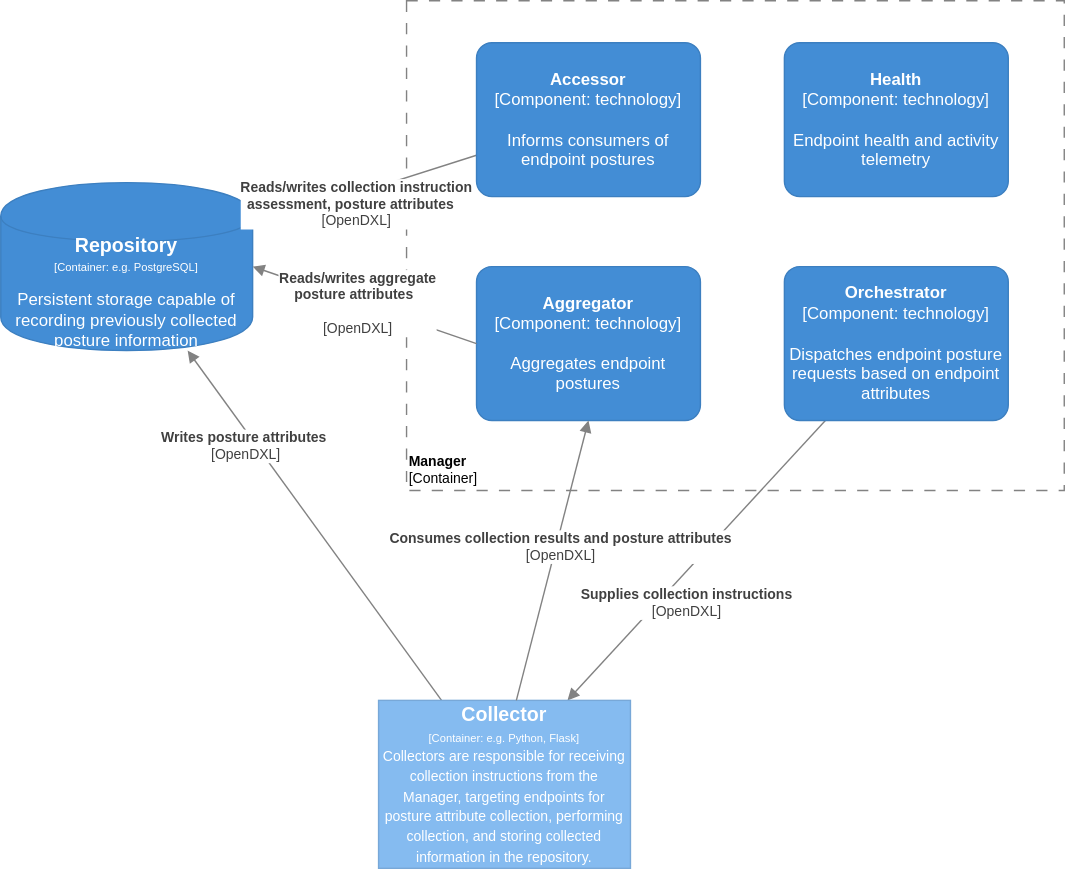
Earlier version of the draw.io export Architecture Documents/scap-components-SCAPv2 Manager.svg (opencybersecurityalliance/documentation). Source tidied: cells renumbered, new cells last; positions are measured from the earlier drawing's top-left corner, leaving out a move shared by most shapes.
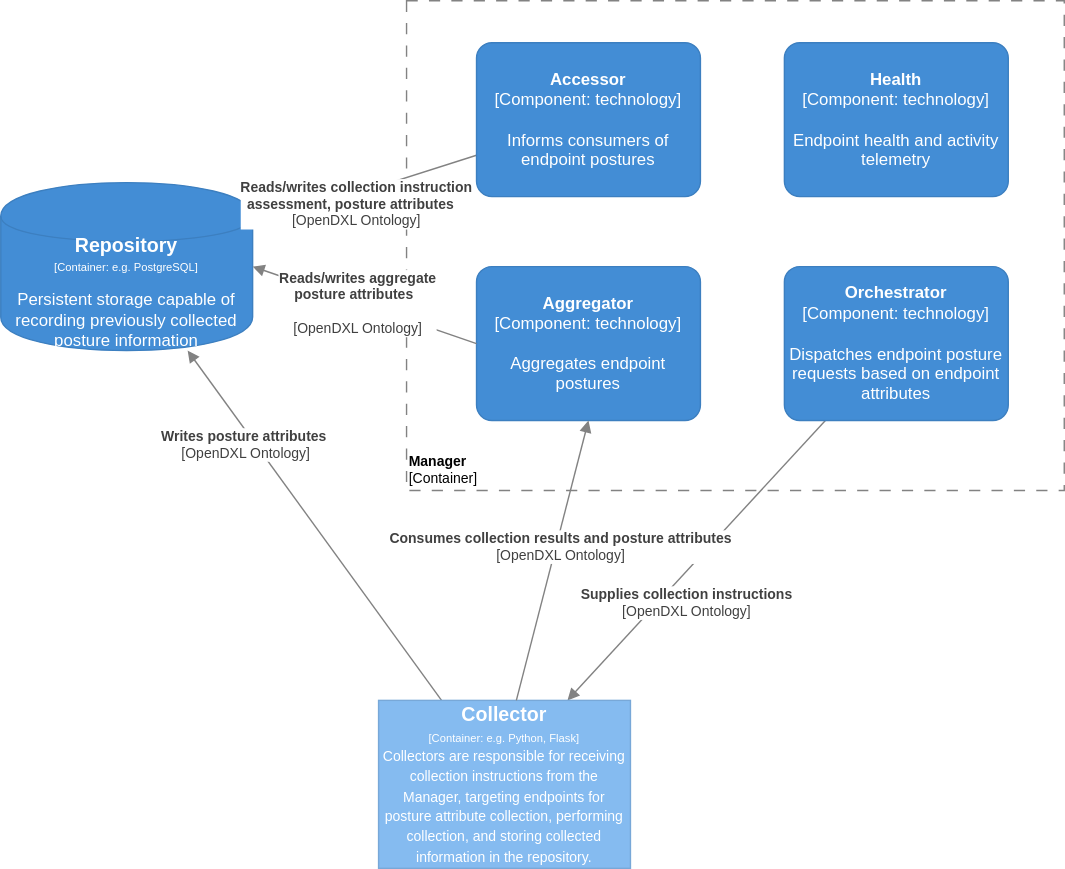
The same file after the commit.

Commit message:
OpenDXL to OpenDXL Ontology

Change to the diagram source:
```diff
@@ -12,17 +12,17 @@
         <mxGeometry y="130" width="180" height="120" as="geometry" />
       </mxCell>
     </object>
-    <object id="4" label="&lt;span style=&quot;font-size: 10px&quot;&gt;&lt;b&gt;Reads/writes&amp;nbsp;&lt;/b&gt;&lt;/span&gt;&lt;b&gt;collection instruction&lt;br&gt;&lt;/b&gt;&lt;b&gt;assessment,&amp;nbsp;&lt;/b&gt;&lt;span style=&quot;font-size: 10px&quot;&gt;&lt;b&gt;posture attributes&amp;nbsp; &amp;nbsp;&lt;/b&gt;&lt;br&gt;[OpenDXL]&lt;br&gt;&lt;/span&gt;" name="Data Flow Item Name" placeholders="1" technology="HTTP">
+    <object id="4" label="&lt;span style=&quot;font-size: 10px&quot;&gt;&lt;b&gt;Reads/writes&amp;nbsp;&lt;/b&gt;&lt;/span&gt;&lt;b&gt;collection instruction&lt;br&gt;&lt;/b&gt;&lt;b&gt;assessment,&amp;nbsp;&lt;/b&gt;&lt;span style=&quot;font-size: 10px&quot;&gt;&lt;b&gt;posture attributes&amp;nbsp; &amp;nbsp;&lt;/b&gt;&lt;br&gt;[OpenDXL Ontology]&lt;br&gt;&lt;/span&gt;" name="Data Flow Item Name" placeholders="1" technology="HTTP">
       <mxCell style="endArrow=block;html=1;fontSize=10;fontColor=#404040;strokeWidth=1;endFill=1;strokeColor=#828282;elbow=vertical;" parent="1" edge="1" source="10" target="3">
         <mxGeometry x="0.09" y="7" relative="1" as="geometry" />
       </mxCell>
     </object>
-    <object id="5" label="&lt;span style=&quot;font-size: 10px&quot;&gt;&lt;b&gt;Writes posture attributes&amp;nbsp;&lt;/b&gt;&lt;br&gt;[OpenDXL]&lt;br&gt;&lt;/span&gt;" name="Data Flow Item Name" placeholders="1" technology="HTTP">
+    <object id="5" label="&lt;span style=&quot;font-size: 10px&quot;&gt;&lt;b&gt;Writes posture attributes&amp;nbsp;&lt;/b&gt;&lt;br&gt;[OpenDXL Ontology]&lt;br&gt;&lt;/span&gt;" name="Data Flow Item Name" placeholders="1" technology="HTTP">
       <mxCell style="endArrow=block;html=1;fontSize=10;fontColor=#404040;strokeWidth=1;endFill=1;strokeColor=#828282;elbow=vertical;exitX=0.25;exitY=0;exitDx=0;exitDy=0;" parent="1" edge="1" source="7" target="3">
         <mxGeometry x="0.49" y="6" relative="1" as="geometry" />
       </mxCell>
     </object>
-    <object id="6" label="&lt;b&gt;Supplies collection instructions&lt;br&gt;&lt;/b&gt;[OpenDXL]&lt;span style=&quot;font-size: 10px&quot;&gt;&lt;br&gt;&lt;/span&gt;" name="Data Flow Item Name" placeholders="1" technology="HTTP">
+    <object id="6" label="&lt;b&gt;Supplies collection instructions&lt;br&gt;&lt;/b&gt;[OpenDXL Ontology]&lt;span style=&quot;font-size: 10px&quot;&gt;&lt;br&gt;&lt;/span&gt;" name="Data Flow Item Name" placeholders="1" technology="HTTP">
       <mxCell style="endArrow=block;html=1;fontSize=10;fontColor=#404040;strokeWidth=1;endFill=1;strokeColor=#828282;elbow=vertical;entryX=0.75;entryY=0;entryDx=0;entryDy=0;" parent="1" edge="1" source="9" target="7">
         <mxGeometry x="0.2" y="15" relative="1" as="geometry" />
       </mxCell>
@@ -52,12 +52,12 @@
         <mxGeometry x="340" y="190" width="160" height="110" as="geometry" />
       </mxCell>
     </object>
-    <object id="12" label="&lt;b&gt;Consumes collection results and posture attributes&lt;br&gt;&lt;/b&gt;[OpenDXL]&lt;span style=&quot;font-size: 10px&quot;&gt;&lt;br&gt;&lt;/span&gt;" name="Data Flow Item Name" placeholders="1" technology="HTTP">
+    <object id="12" label="&lt;b&gt;Consumes collection results and posture attributes&lt;br&gt;&lt;/b&gt;[OpenDXL Ontology]&lt;span style=&quot;font-size: 10px&quot;&gt;&lt;br&gt;&lt;/span&gt;" name="Data Flow Item Name" placeholders="1" technology="HTTP">
       <mxCell style="endArrow=block;html=1;fontSize=10;fontColor=#404040;strokeWidth=1;endFill=1;strokeColor=#828282;elbow=vertical;entryX=0.5;entryY=1;entryDx=0;entryDy=0;entryPerimeter=0;exitX=0.547;exitY=0;exitDx=0;exitDy=0;exitPerimeter=0;" parent="1" edge="1" source="7" target="11">
         <mxGeometry x="0.11" y="-3" relative="1" as="geometry" />
       </mxCell>
     </object>
-    <object id="13" label="&lt;b&gt;Reads/writes aggregate&lt;/b&gt;&lt;b&gt;&lt;br&gt;&lt;/b&gt;&lt;b&gt;posture attributes&amp;nbsp;&amp;nbsp;&lt;/b&gt;&lt;span style=&quot;font-size: 10px&quot;&gt;&lt;b&gt;&lt;br&gt;&amp;nbsp;&lt;/b&gt;&lt;br&gt;[OpenDXL]&lt;br&gt;&lt;/span&gt;" name="Data Flow Item Name" placeholders="1" technology="HTTP">
+    <object id="13" label="&lt;b&gt;Reads/writes aggregate&lt;/b&gt;&lt;b&gt;&lt;br&gt;&lt;/b&gt;&lt;b&gt;posture attributes&amp;nbsp;&amp;nbsp;&lt;/b&gt;&lt;span style=&quot;font-size: 10px&quot;&gt;&lt;b&gt;&lt;br&gt;&amp;nbsp;&lt;/b&gt;&lt;br&gt;[OpenDXL Ontology]&lt;br&gt;&lt;/span&gt;" name="Data Flow Item Name" placeholders="1" technology="HTTP">
       <mxCell style="endArrow=block;html=1;fontSize=10;fontColor=#404040;strokeWidth=1;endFill=1;strokeColor=#828282;elbow=vertical;exitX=0;exitY=0.5;exitDx=0;exitDy=0;exitPerimeter=0;entryX=1;entryY=0.5;entryDx=0;entryDy=0;" parent="1" edge="1" source="11" target="3">
         <mxGeometry x="0.07" relative="1" as="geometry" />
       </mxCell>
```
